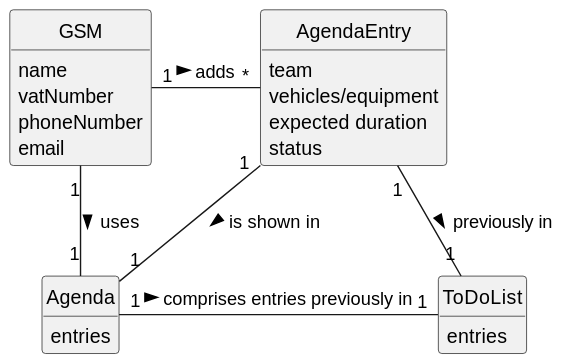
Before: docs/sprint3/us022/02.analysis/svg/us022-domain-model.svg, a diagram exported from PlantUML (tiagosoa/lei-24-s2-1dgh-g073).
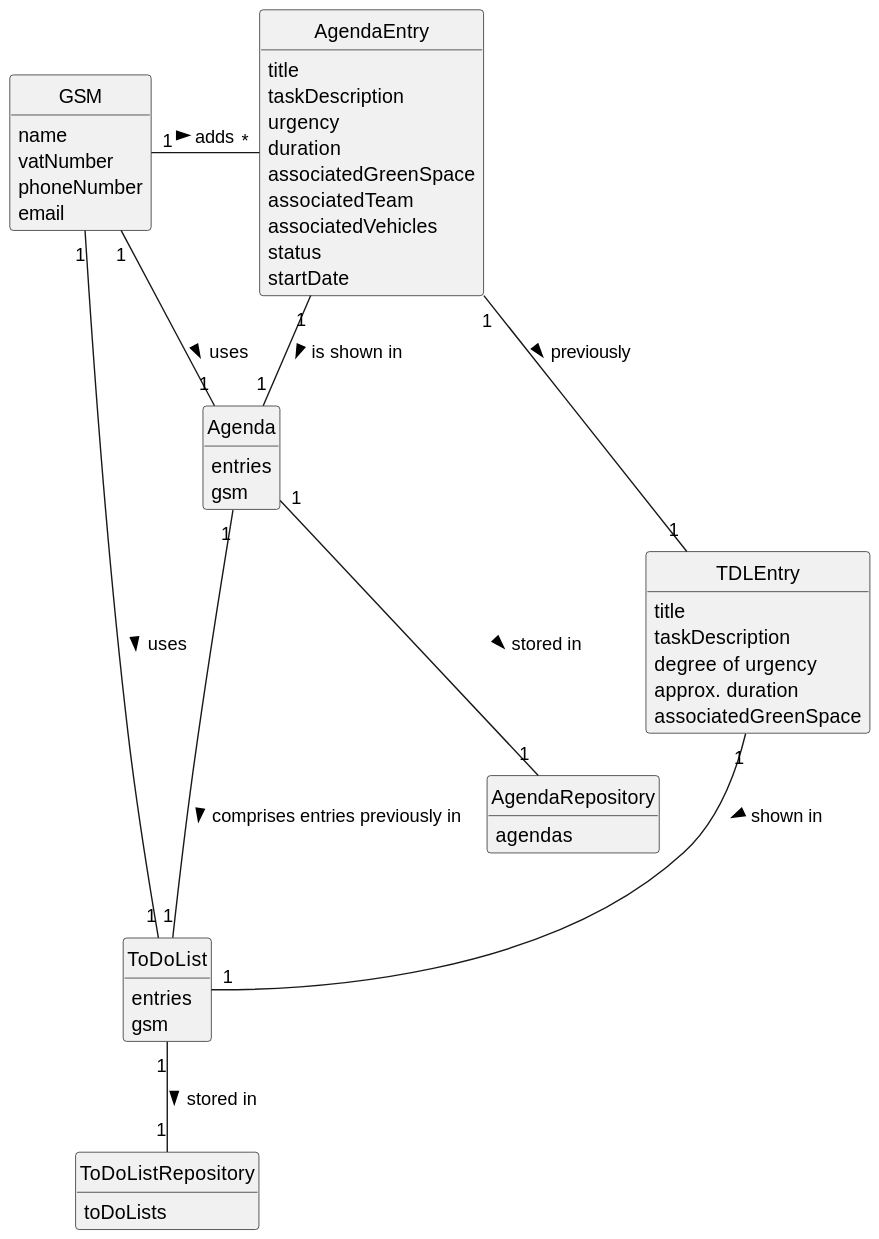
Above is the later version.

What changed in the source:
```diff
@@ -19,24 +19,51 @@
 }
 
 class AgendaEntry {
-    team
-    vehicles/equipment
-    expected duration
-    status
+     title
+     taskDescription
+     urgency
+     duration
+     associatedGreenSpace
+     associatedTeam
+     associatedVehicles
+     status
+     startDate
+}
+
+class TDLEntry {
+    title
+    taskDescription
+    degree of urgency
+    approx. duration
+    associatedGreenSpace
 }
 
 class Agenda {
     entries
+    gsm
 }
 
 class ToDoList {
     entries
+    gsm
+}
+
+class ToDoListRepository {
+    toDoLists
+}
+
+class AgendaRepository {
+    agendas
 }
 
 
 GSM "1" - "*" AgendaEntry: adds >
 GSM "1" -- "1" Agenda: uses >
+GSM "1" ---- "1" ToDoList: uses >
+Agenda "1" -- "1" AgendaRepository: stored in >
 AgendaEntry "1" -- "1" Agenda: is shown in >
-AgendaEntry "1" -- "1" ToDoList: previously in >
+AgendaEntry "1" -- "1" TDLEntry: previously >
+TDLEntry "1" -- "1" ToDoList: shown in >
+ToDoList "1" -- "1" ToDoListRepository: stored in >
 Agenda "1" - "1" ToDoList: comprises entries previously in >
 @enduml
```
